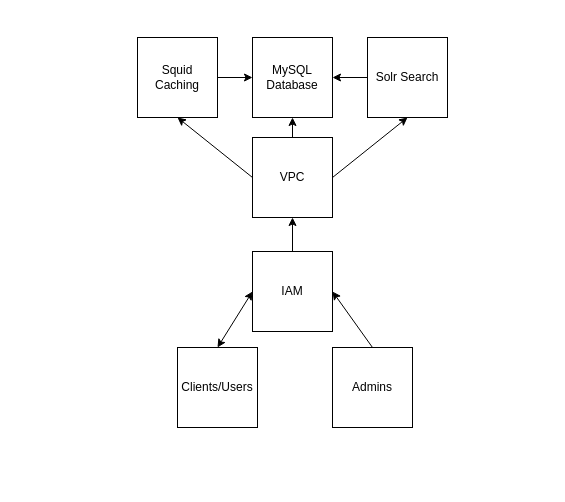
Collinpalm/drawings keeps this draw.io diagram as cis4615test1q1a.drawio.xml. Above is the earlier version. Source tidied: cells renumbered, new cells numbered last; positions are measured from the earlier drawing's top-left corner, leaving out a move shared by most shapes. Both pictures are drawn from the tidied source at 100%, with x=0, y=0 at pixel (137, 37).
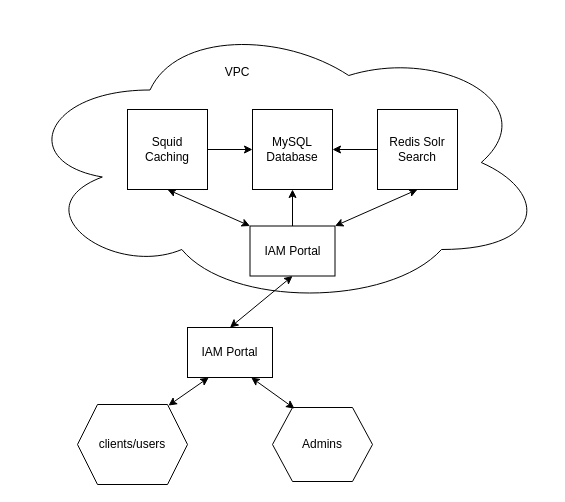
The same diagram, later.

Diff of the diagram source:
```diff
@@
 <mxGraphModel>
   <root>
     <mxCell id="0" />
     <mxCell id="1" parent="0" />
-    <mxCell id="2" value="IAM" style="whiteSpace=wrap;html=1;" parent="1" vertex="1">
-      <mxGeometry x="115" y="214" width="80" height="80" as="geometry" />
-    </mxCell>
-    <mxCell id="3" value="Admins" style="whiteSpace=wrap;html=1;" parent="1" vertex="1">
-      <mxGeometry x="195" y="310" width="80" height="80" as="geometry" />
-    </mxCell>
-    <mxCell id="4" value="Clients/Users" style="whiteSpace=wrap;html=1;" parent="1" vertex="1">
-      <mxGeometry x="40" y="310" width="80" height="80" as="geometry" />
-    </mxCell>
+    <mxCell id="17" style="ellipse;shape=cloud;whiteSpace=wrap;html=1;" parent="1" vertex="1">
+      <mxGeometry x="-120" y="-20" width="530" height="290" as="geometry" />
+    </mxCell>
     <mxCell id="5" value="Squid Caching" style="whiteSpace=wrap;html=1;" parent="1" vertex="1">
-      <mxGeometry width="80" height="80" as="geometry" />
+      <mxGeometry x="-10" y="72" width="80" height="80" as="geometry" />
     </mxCell>
-    <mxCell id="6" value="VPC" style="whiteSpace=wrap;html=1;" parent="1" vertex="1">
-      <mxGeometry x="115" y="100" width="80" height="80" as="geometry" />
-    </mxCell>
-    <mxCell id="7" value="Solr Search" style="whiteSpace=wrap;html=1;" parent="1" vertex="1">
-      <mxGeometry x="230" width="80" height="80" as="geometry" />
+    <mxCell id="7" value="Redis Solr Search" style="whiteSpace=wrap;html=1;" parent="1" vertex="1">
+      <mxGeometry x="240" y="72" width="80" height="80" as="geometry" />
     </mxCell>
     <mxCell id="8" value="MySQL Database" style="whiteSpace=wrap;html=1;" parent="1" vertex="1">
-      <mxGeometry x="115" width="80" height="80" as="geometry" />
+      <mxGeometry x="115" y="72" width="80" height="80" as="geometry" />
     </mxCell>
-    <mxCell id="9" style="endArrow=classic;html=1;rounded=0;exitX=0.5;exitY=0;exitDx=0;exitDy=0;entryX=0.5;entryY=1;entryDx=0;entryDy=0;" parent="1" edge="1" source="2" target="6">
-      <mxGeometry relative="1" as="geometry" />
-    </mxCell>
-    <mxCell id="10" style="endArrow=classic;html=1;rounded=0;exitX=0.5;exitY=0;exitDx=0;exitDy=0;entryX=0.5;entryY=1;entryDx=0;entryDy=0;" parent="1" edge="1" source="6" target="8">
-      <mxGeometry relative="1" as="geometry" />
-    </mxCell>
-    <mxCell id="11" style="endArrow=classic;html=1;rounded=0;exitX=1;exitY=0.5;exitDx=0;exitDy=0;entryX=0.5;entryY=1;entryDx=0;entryDy=0;" parent="1" edge="1" source="6" target="7">
-      <mxGeometry relative="1" as="geometry" />
-    </mxCell>
     <mxCell id="12" style="endArrow=classic;html=1;rounded=0;exitX=0;exitY=0.5;exitDx=0;exitDy=0;entryX=1;entryY=0.5;entryDx=0;entryDy=0;" parent="1" edge="1" source="7" target="8">
       <mxGeometry relative="1" as="geometry" />
     </mxCell>
     <mxCell id="13" style="endArrow=classic;html=1;rounded=0;exitX=1;exitY=0.5;exitDx=0;exitDy=0;entryX=0;entryY=0.5;entryDx=0;entryDy=0;" parent="1" edge="1" source="5" target="8">
       <mxGeometry relative="1" as="geometry" />
     </mxCell>
-    <mxCell id="14" style="endArrow=classic;html=1;rounded=0;exitX=0;exitY=0.5;exitDx=0;exitDy=0;entryX=0.5;entryY=1;entryDx=0;entryDy=0;" parent="1" edge="1" source="6" target="5">
-      <mxGeometry relative="1" as="geometry" />
-    </mxCell>
-    <mxCell id="15" style="endArrow=classic;html=1;rounded=0;exitX=0.5;exitY=0;exitDx=0;exitDy=0;entryX=1;entryY=0.5;entryDx=0;entryDy=0;" parent="1" edge="1" source="3" target="2">
-      <mxGeometry relative="1" as="geometry" />
-    </mxCell>
-    <mxCell id="16" style="endArrow=classic;startArrow=classic;html=1;rounded=0;entryX=0;entryY=0.5;entryDx=0;entryDy=0;exitX=0.5;exitY=0;exitDx=0;exitDy=0;" parent="1" edge="1" source="4" target="2">
-      <mxGeometry relative="1" as="geometry" />
-    </mxCell>
+    <mxCell id="18" value="clients/users" style="shape=hexagon;perimeter=hexagonPerimeter2;whiteSpace=wrap;html=1;fixedSize=1;" parent="1" vertex="1">
+      <mxGeometry x="-60" y="367" width="110" height="80" as="geometry" />
+    </mxCell>
+    <mxCell id="3" value="Admins" style="shape=hexagon;perimeter=hexagonPerimeter2;whiteSpace=wrap;html=1;fixedSize=1;" parent="1" vertex="1">
+      <mxGeometry x="135" y="370" width="100" height="74" as="geometry" />
+    </mxCell>
+    <mxCell id="19" value="IAM Portal" style="rounded=0;whiteSpace=wrap;html=1;" parent="1" vertex="1">
+      <mxGeometry x="50" y="290" width="85" height="50" as="geometry" />
+    </mxCell>
+    <mxCell id="20" style="endArrow=classic;startArrow=classic;html=1;rounded=0;entryX=0.25;entryY=1;entryDx=0;entryDy=0;exitX=0.827;exitY=0.013;exitDx=0;exitDy=0;exitPerimeter=0;" parent="1" edge="1" source="18" target="19">
+      <mxGeometry relative="1" as="geometry" />
+    </mxCell>
+    <mxCell id="21" style="endArrow=classic;startArrow=classic;html=1;rounded=0;entryX=0.75;entryY=1;entryDx=0;entryDy=0;exitX=0.22;exitY=0.014;exitDx=0;exitDy=0;exitPerimeter=0;" parent="1" edge="1" source="3" target="19">
+      <mxGeometry relative="1" as="geometry" />
+    </mxCell>
+    <mxCell id="6" value="VPC" style="text;html=1;strokeColor=none;fillColor=none;align=center;verticalAlign=middle;whiteSpace=wrap;rounded=0;" parent="1" vertex="1">
+      <mxGeometry x="70" y="20" width="60" height="30" as="geometry" />
+    </mxCell>
+    <mxCell id="22" value="IAM Portal" style="rounded=0;whiteSpace=wrap;html=1;" parent="1" vertex="1">
+      <mxGeometry x="112.5" y="188.5" width="85" height="50" as="geometry" />
+    </mxCell>
+    <mxCell id="23" style="endArrow=classic;startArrow=classic;html=1;rounded=0;entryX=0.5;entryY=1;entryDx=0;entryDy=0;exitX=0;exitY=0;exitDx=0;exitDy=0;" parent="1" edge="1" source="22" target="5">
+      <mxGeometry relative="1" as="geometry" />
+    </mxCell>
+    <mxCell id="24" style="endArrow=classic;startArrow=classic;html=1;rounded=0;entryX=0.5;entryY=1;entryDx=0;entryDy=0;exitX=1;exitY=0;exitDx=0;exitDy=0;" parent="1" edge="1" source="22" target="7">
+      <mxGeometry relative="1" as="geometry" />
+    </mxCell>
+    <mxCell id="25" style="endArrow=classic;html=1;rounded=0;entryX=0.5;entryY=1;entryDx=0;entryDy=0;exitX=0.5;exitY=0;exitDx=0;exitDy=0;" parent="1" edge="1" source="22" target="8">
+      <mxGeometry relative="1" as="geometry" />
+    </mxCell>
+    <mxCell id="26" style="endArrow=classic;startArrow=classic;html=1;rounded=0;entryX=0.5;entryY=1;entryDx=0;entryDy=0;exitX=0.5;exitY=0;exitDx=0;exitDy=0;" parent="1" edge="1" source="19" target="22">
+      <mxGeometry relative="1" as="geometry" />
+    </mxCell>
   </root>
 </mxGraphModel>
```
